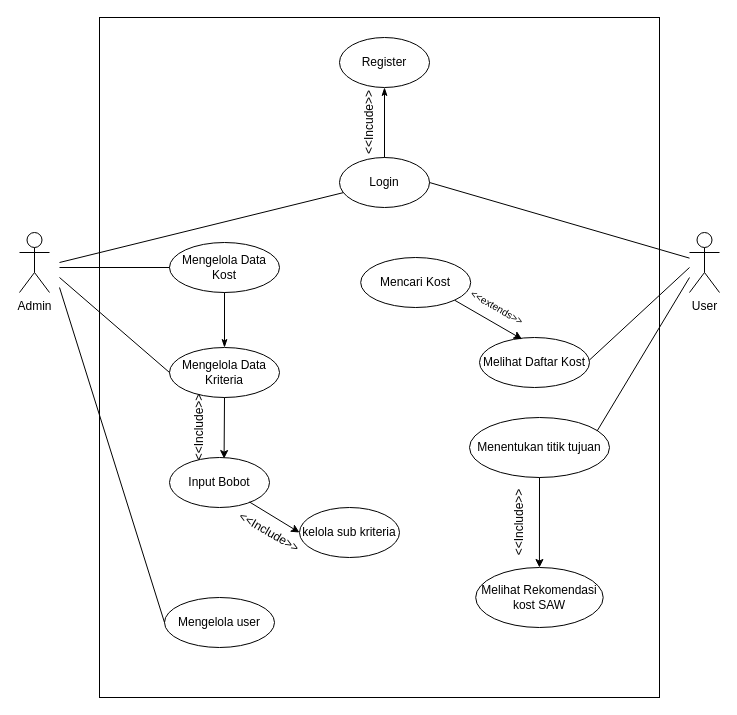
The draw.io diagram page "Page-1" (1 of 2) of USE CASE KOST SAW.drawio in HANNN-YOLO/skripsi, before the edit. Source tidied: cells renumbered, new cells numbered last; positions are measured from the earlier drawing's top-left corner, leaving out a move shared by most shapes. Both pictures are drawn from the tidied source at 100%, with x=0, y=0 at pixel (19, 17).
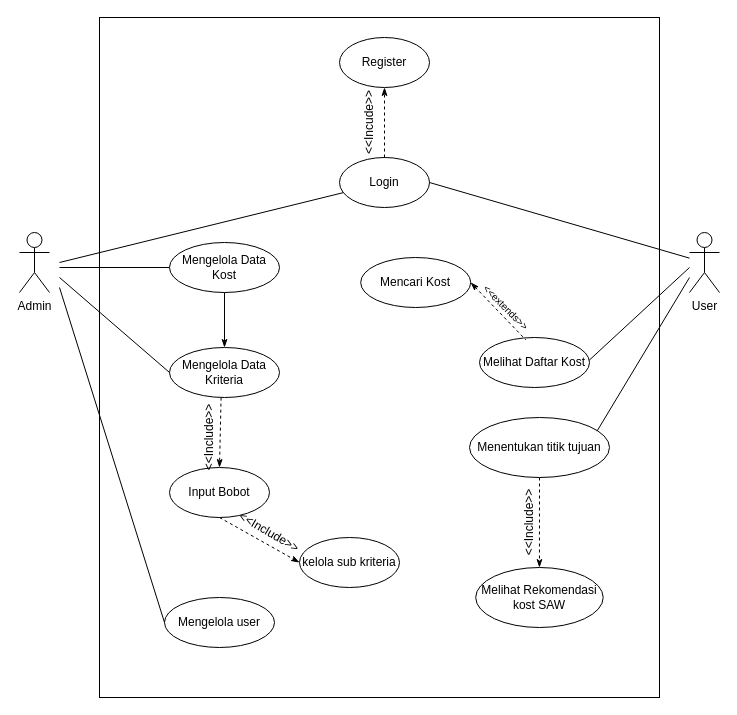
The same diagram, later.

The change refers to these unchanged cells:
```xml
<mxCell id="5" value="Login" style="ellipse;whiteSpace=wrap;html=1;" parent="1" vertex="1">
  <mxGeometry x="320" y="140" width="90" height="50" as="geometry" />
</mxCell>
<mxCell id="6" value="Register" style="ellipse;whiteSpace=wrap;html=1;" parent="1" vertex="1">
  <mxGeometry x="320" y="20" width="90" height="50" as="geometry" />
</mxCell>
<mxCell id="9" value="Mengelola Data Kriteria" style="ellipse;whiteSpace=wrap;html=1;" parent="1" vertex="1">
  <mxGeometry x="150" y="330" width="110" height="50" as="geometry" />
</mxCell>
<mxCell id="10" value="Melihat Daftar Kost" style="ellipse;whiteSpace=wrap;html=1;" parent="1" vertex="1">
  <mxGeometry x="460" y="320" width="110" height="50" as="geometry" />
</mxCell>
<mxCell id="11" value="Menentukan titik tujuan" style="ellipse;whiteSpace=wrap;html=1;" parent="1" vertex="1">
  <mxGeometry x="450" y="400" width="140" height="60" as="geometry" />
</mxCell>
<mxCell id="25" value="Mencari Kost" style="ellipse;whiteSpace=wrap;html=1;" parent="1" vertex="1">
  <mxGeometry x="341.2" y="240" width="110" height="50" as="geometry" />
</mxCell>
<mxCell id="28" value="Melihat Rekomendasi kost SAW" style="ellipse;whiteSpace=wrap;html=1;" parent="1" vertex="1">
  <mxGeometry x="456.2" y="550" width="127.5" height="60" as="geometry" />
</mxCell>
```

Change to the diagram source:
```diff
@@
-    <mxCell id="13" style="endArrow=classicThin;html=1;rounded=0;exitX=0.5;exitY=0;exitDx=0;exitDy=0;entryX=0.5;entryY=1;entryDx=0;entryDy=0;endFill=1;" parent="1" edge="1" source="5" target="6">
-      <mxGeometry relative="1" as="geometry" />
-    </mxCell>
@@
     <mxCell id="16" value="Input Bobot" style="ellipse;whiteSpace=wrap;html=1;" parent="1" vertex="1">
-      <mxGeometry x="150" y="440" width="100" height="50" as="geometry" />
+      <mxGeometry x="150" y="450" width="100" height="50" as="geometry" />
     </mxCell>
-    <mxCell id="17" style="endArrow=none;html=1;rounded=0;entryX=0.5;entryY=1;entryDx=0;entryDy=0;exitX=0.546;exitY=0.021;exitDx=0;exitDy=0;exitPerimeter=0;endFill=0;startArrow=classic;startFill=1;" parent="1" edge="1" source="16" target="9">
-      <mxGeometry relative="1" as="geometry" />
-    </mxCell>
@@
     <mxCell id="24" value="&amp;lt;&amp;lt;Include&amp;gt;&amp;gt;" style="text;html=1;align=center;verticalAlign=middle;whiteSpace=wrap;rounded=0;rotation=-90;" parent="1" vertex="1">
-      <mxGeometry x="170" y="400" width="20" height="20" as="geometry" />
+      <mxGeometry x="180" y="410" width="20" height="20" as="geometry" />
     </mxCell>
@@
-    <mxCell id="26" style="endArrow=classic;html=1;rounded=0;entryX=0.387;entryY=0.034;entryDx=0;entryDy=0;entryPerimeter=0;exitX=1;exitY=1;exitDx=0;exitDy=0;" parent="1" edge="1" source="25" target="10">
-      <mxGeometry relative="1" as="geometry" />
-    </mxCell>
-    <mxCell id="27" value="&lt;font style=&quot;font-size: 10px;&quot;&gt;&amp;lt;&amp;lt;extends&amp;gt;&amp;gt;&lt;/font&gt;" style="text;html=1;align=center;verticalAlign=middle;whiteSpace=wrap;rounded=0;rotation=30;" parent="1" vertex="1">
-      <mxGeometry x="451.2" y="275" width="53.8" height="30" as="geometry" />
+    <mxCell id="27" value="&lt;font style=&quot;font-size: 10px;&quot;&gt;&amp;lt;&amp;lt;extends&amp;gt;&amp;gt;&lt;/font&gt;" style="text;html=1;align=center;verticalAlign=middle;whiteSpace=wrap;rounded=0;rotation=45;" parent="1" vertex="1">
+      <mxGeometry x="460" y="275" width="53.8" height="30" as="geometry" />
     </mxCell>
@@
-    <mxCell id="29" style="endArrow=classic;html=1;rounded=0;entryX=0.5;entryY=0;entryDx=0;entryDy=0;exitX=0.5;exitY=1;exitDx=0;exitDy=0;" parent="1" edge="1" source="11" target="28">
-      <mxGeometry relative="1" as="geometry" />
-    </mxCell>
     <mxCell id="30" value="&amp;lt;&amp;lt;Include&amp;gt;&amp;gt;" style="text;html=1;align=center;verticalAlign=middle;whiteSpace=wrap;rounded=0;rotation=-90;" parent="1" vertex="1">
-      <mxGeometry x="470" y="490" width="60" height="30" as="geometry" />
+      <mxGeometry x="480" y="490" width="60" height="30" as="geometry" />
     </mxCell>
     <mxCell id="31" value="kelola sub kriteria" style="ellipse;whiteSpace=wrap;html=1;" parent="1" vertex="1">
-      <mxGeometry x="280" y="490" width="100" height="50" as="geometry" />
+      <mxGeometry x="280" y="520" width="100" height="50" as="geometry" />
     </mxCell>
-    <mxCell id="32" style="endArrow=none;html=1;rounded=0;entryX=0.5;entryY=1;entryDx=0;entryDy=0;exitX=0;exitY=0.5;exitDx=0;exitDy=0;endFill=0;startArrow=classic;startFill=1;" parent="1" edge="1" source="31">
-      <mxGeometry relative="1" as="geometry">
-        <mxPoint x="230" y="484.5" as="targetPoint" />
-      </mxGeometry>
-    </mxCell>
@@
+    <mxCell id="29" style="endArrow=classicThin;dashed=1;html=1;rounded=0;exitX=0.5;exitY=1;exitDx=0;exitDy=0;entryX=0.5;entryY=0;entryDx=0;entryDy=0;endFill=1;" parent="1" edge="1" source="11" target="28">
+      <mxGeometry relative="1" as="geometry" />
+    </mxCell>
+    <mxCell id="13" style="endArrow=classicThin;dashed=1;html=1;rounded=0;exitX=0.5;exitY=0;exitDx=0;exitDy=0;entryX=0.5;entryY=1;entryDx=0;entryDy=0;endFill=1;" parent="1" edge="1" source="5" target="6">
+      <mxGeometry relative="1" as="geometry" />
+    </mxCell>
+    <mxCell id="26" style="endArrow=none;dashed=1;html=1;rounded=0;exitX=1;exitY=0.5;exitDx=0;exitDy=0;entryX=0.421;entryY=0.048;entryDx=0;entryDy=0;entryPerimeter=0;startArrow=classicThin;startFill=1;" parent="1" edge="1" source="25" target="10">
+      <mxGeometry relative="1" as="geometry" />
+    </mxCell>
+    <mxCell id="34" style="endArrow=classicThin;dashed=1;html=1;rounded=0;exitX=0.5;exitY=1;exitDx=0;exitDy=0;entryX=0;entryY=0.5;entryDx=0;entryDy=0;endFill=1;" parent="1" edge="1" source="16" target="31">
+      <mxGeometry relative="1" as="geometry" />
+    </mxCell>
+    <mxCell id="35" style="endArrow=classicThin;dashed=1;html=1;rounded=0;exitX=0.469;exitY=1.003;exitDx=0;exitDy=0;entryX=0.5;entryY=0;entryDx=0;entryDy=0;exitPerimeter=0;endFill=1;" parent="1" edge="1" source="9" target="16">
+      <mxGeometry relative="1" as="geometry" />
+    </mxCell>
```
